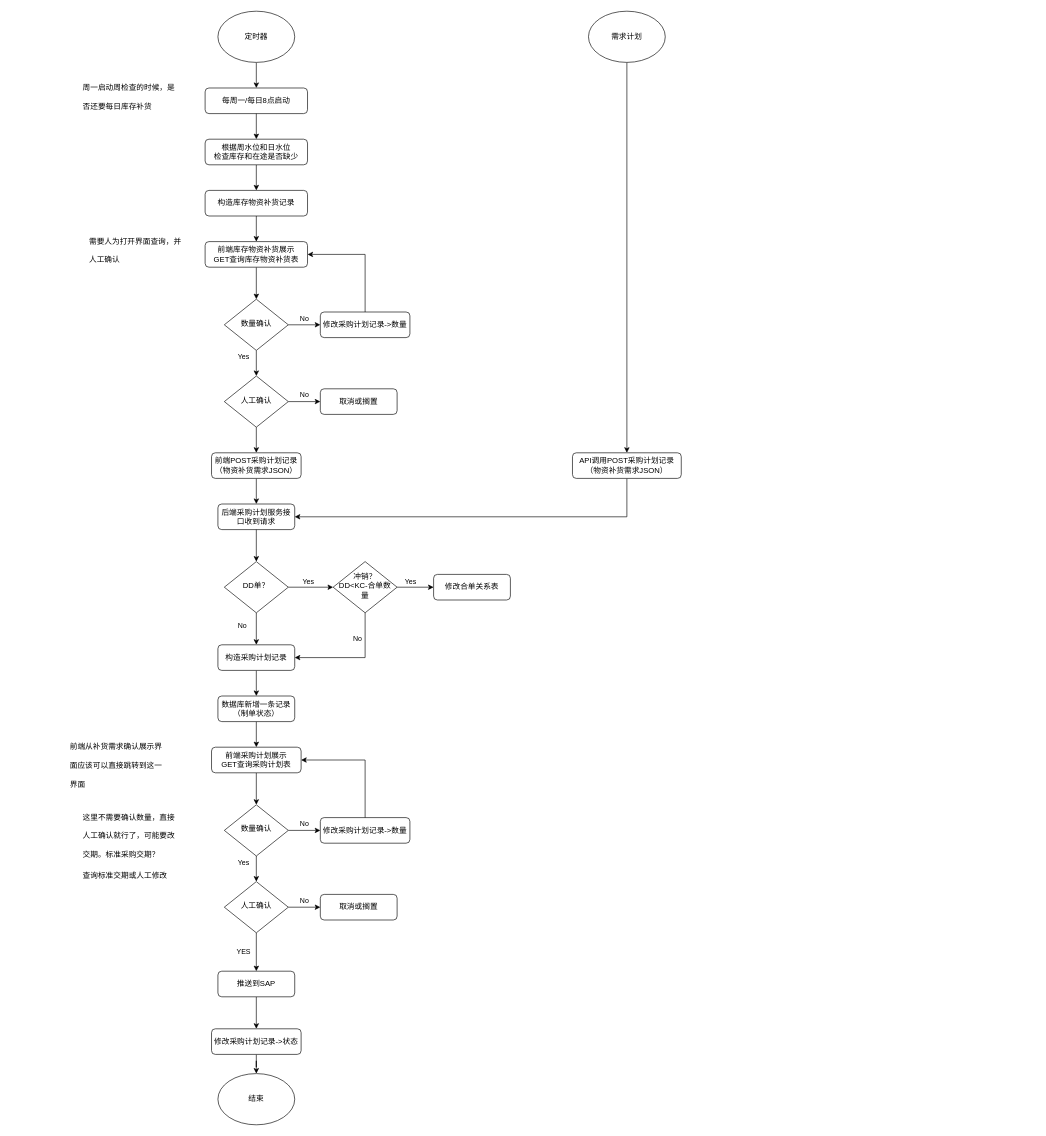
The draw.io diagram APS.drawio in CongMinYin/flow, before the edit. Source tidied: cells renumbered, new cells numbered last; positions are measured from the earlier drawing's top-left corner, leaving out a move shared by most shapes. Both pictures are drawn from the tidied source at 64%, with x=0, y=0 at pixel (68, 11).
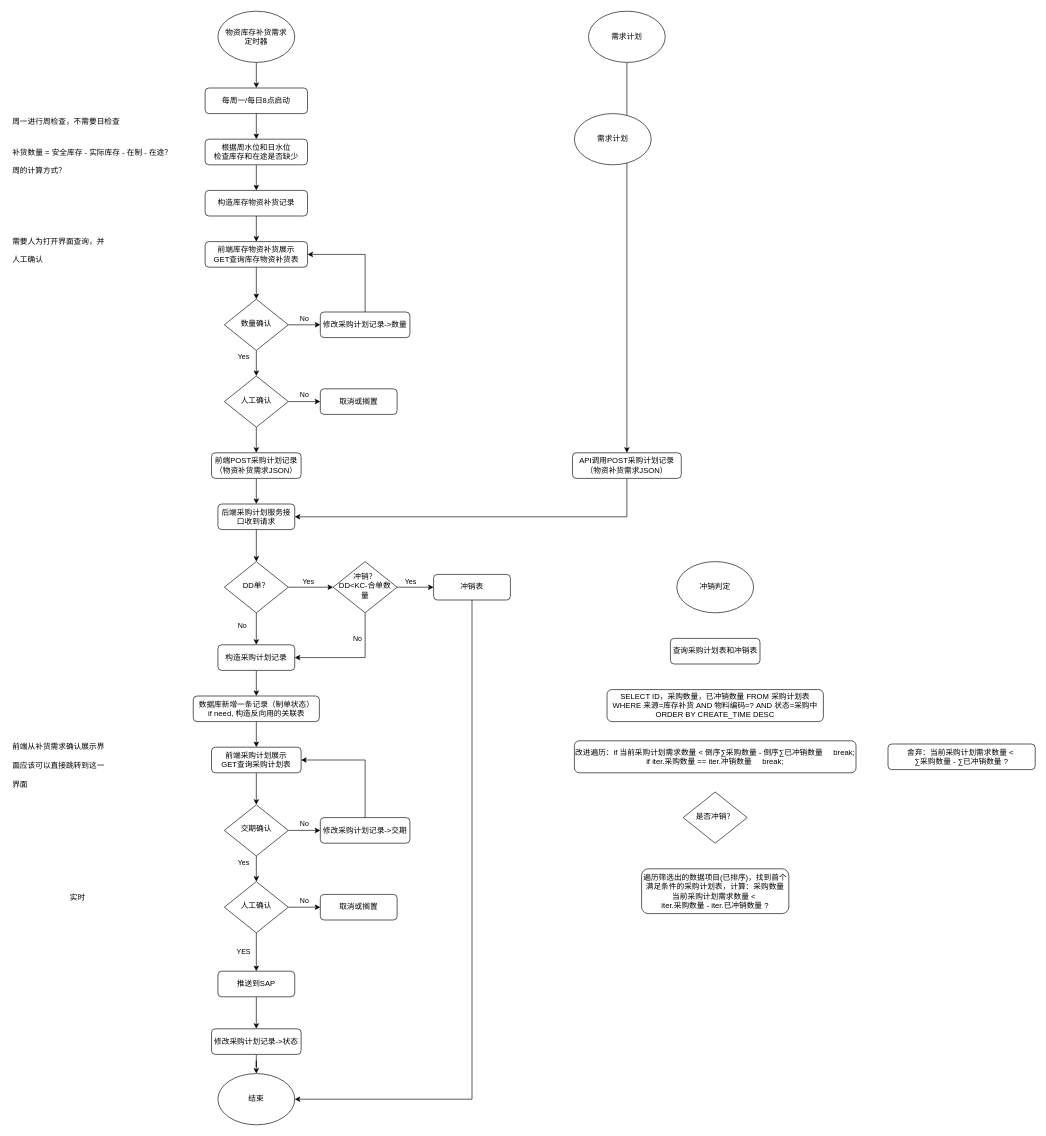
The same page after the edit.

The change refers to these unchanged cells:
```xml
<mxCell id="17" value="结束" style="ellipse;whiteSpace=wrap;html=1;" parent="1" vertex="1">
  <mxGeometry x="233" y="1660" width="120" height="80" as="geometry" />
</mxCell>
```

Diff of the diagram source:
```diff
@@
-    <mxCell id="6" value="数量确认" style="rhombus;whiteSpace=wrap;html=1;shadow=0;fontFamily=Helvetica;fontSize=12;align=center;strokeWidth=1;spacing=6;spacingTop=-4;" parent="1" vertex="1">
+    <mxCell id="6" value="交期确认" style="rhombus;whiteSpace=wrap;html=1;shadow=0;fontFamily=Helvetica;fontSize=12;align=center;strokeWidth=1;spacing=6;spacingTop=-4;" parent="1" vertex="1">
       <mxGeometry x="243" y="1240" width="100" height="80" as="geometry" />
     </mxCell>
-    <mxCell id="7" value="修改采购计划记录-&amp;gt;数量" style="rounded=1;whiteSpace=wrap;html=1;fontSize=12;glass=0;strokeWidth=1;shadow=0;" parent="1" vertex="1">
+    <mxCell id="7" value="修改采购计划记录-&amp;gt;交期" style="rounded=1;whiteSpace=wrap;html=1;fontSize=12;glass=0;strokeWidth=1;shadow=0;" parent="1" vertex="1">
       <mxGeometry x="393" y="1260" width="140" height="40" as="geometry" />
     </mxCell>
@@
-    <mxCell id="19" value="数据库新增一条记录（制单状态）" style="rounded=1;whiteSpace=wrap;html=1;fontSize=12;glass=0;strokeWidth=1;shadow=0;" parent="1" vertex="1">
-      <mxGeometry x="233" y="1070" width="120" height="40" as="geometry" />
+    <mxCell id="19" value="数据库新增一条记录（制单状态）&lt;div&gt;if need, 构造反向用的关联表&lt;/div&gt;" style="rounded=1;whiteSpace=wrap;html=1;fontSize=12;glass=0;strokeWidth=1;shadow=0;" parent="1" vertex="1">
+      <mxGeometry x="194.5" y="1070" width="197" height="40" as="geometry" />
     </mxCell>
@@
     <mxCell id="38" value="&lt;h1 style=&quot;margin-top: 0px;&quot;&gt;&lt;span style=&quot;background-color: transparent; color: light-dark(rgb(0, 0, 0), rgb(255, 255, 255)); font-size: 12px; font-weight: normal;&quot;&gt;前端从补货需求确认展示界面应该可以直接跳转到这一界面&lt;/span&gt;&lt;/h1&gt;" style="text;html=1;whiteSpace=wrap;overflow=hidden;rounded=0;" parent="1" vertex="1">
-      <mxGeometry y="1125" width="150" height="90" as="geometry" />
+      <mxGeometry x="-90" y="1125" width="150" height="90" as="geometry" />
     </mxCell>
     <mxCell id="39" value="&lt;h1 style=&quot;margin-top: 0px;&quot;&gt;&lt;span style=&quot;background-color: transparent; color: light-dark(rgb(0, 0, 0), rgb(255, 255, 255)); font-size: 12px; font-weight: normal;&quot;&gt;需要人为打开界面查询，并人工确认&lt;/span&gt;&lt;/h1&gt;" style="text;html=1;whiteSpace=wrap;overflow=hidden;rounded=0;" parent="1" vertex="1">
-      <mxGeometry x="30" y="335" width="150" height="90" as="geometry" />
+      <mxGeometry x="-90" y="335" width="150" height="90" as="geometry" />
     </mxCell>
@@
-    <mxCell id="45" value="定时器" style="ellipse;whiteSpace=wrap;html=1;" parent="1" vertex="1">
+    <mxCell id="45" value="物资库存补货需求&lt;div&gt;定时器&lt;/div&gt;" style="ellipse;whiteSpace=wrap;html=1;" parent="1" vertex="1">
       <mxGeometry x="233" width="120" height="80" as="geometry" />
     </mxCell>
@@
-    <mxCell id="48" value="&lt;h1 style=&quot;margin-top: 0px;&quot;&gt;&lt;span style=&quot;background-color: transparent; color: light-dark(rgb(0, 0, 0), rgb(255, 255, 255)); font-size: 12px; font-weight: normal;&quot;&gt;周一启动周检查的时候，是否还要每日库存补货&lt;/span&gt;&lt;/h1&gt;" style="text;html=1;whiteSpace=wrap;overflow=hidden;rounded=0;" parent="1" vertex="1">
-      <mxGeometry x="20" y="95" width="150" height="90" as="geometry" />
+    <mxCell id="48" value="&lt;h1 style=&quot;margin-top: 0px;&quot;&gt;&lt;span style=&quot;background-color: transparent; color: light-dark(rgb(0, 0, 0), rgb(255, 255, 255)); font-size: 12px; font-weight: normal;&quot;&gt;周一进行周检查，不需要日检查&lt;/span&gt;&lt;/h1&gt;&lt;div&gt;&lt;span style=&quot;background-color: transparent; color: light-dark(rgb(0, 0, 0), rgb(255, 255, 255)); font-size: 12px; font-weight: normal;&quot;&gt;&lt;br&gt;&lt;/span&gt;&lt;/div&gt;&lt;div&gt;补货数量 = 安全库存 - 实际库存 - 在制 - 在途？&lt;span style=&quot;background-color: transparent; color: light-dark(rgb(0, 0, 0), rgb(255, 255, 255)); font-size: 12px; font-weight: normal;&quot;&gt;&lt;/span&gt;&lt;/div&gt;&lt;div&gt;&lt;br&gt;&lt;/div&gt;&lt;div&gt;周的计算方式？&lt;/div&gt;" style="text;html=1;whiteSpace=wrap;overflow=hidden;rounded=0;" parent="1" vertex="1">
+      <mxGeometry x="-90" y="147.5" width="270" height="122.5" as="geometry" />
     </mxCell>
@@
-    <mxCell id="62" value="修改合单关系表" style="rounded=1;whiteSpace=wrap;html=1;fontSize=12;glass=0;strokeWidth=1;shadow=0;" parent="1" vertex="1">
+    <mxCell id="62" value="冲销表" style="rounded=1;whiteSpace=wrap;html=1;fontSize=12;glass=0;strokeWidth=1;shadow=0;" parent="1" vertex="1">
       <mxGeometry x="570" y="880" width="120" height="40" as="geometry" />
     </mxCell>
-    <mxCell id="63" value="&lt;h1 style=&quot;margin-top: 0px;&quot;&gt;&lt;span style=&quot;font-size: 12px; font-weight: 400;&quot;&gt;这里不需要确认数量，直接人工确认就行了，可能要改交期。标准采购交期？&lt;/span&gt;&lt;/h1&gt;&lt;div&gt;查询标准交期或人工修改&lt;/div&gt;" style="text;html=1;whiteSpace=wrap;overflow=hidden;rounded=0;" parent="1" vertex="1">
-      <mxGeometry x="20" y="1235" width="150" height="165" as="geometry" />
-    </mxCell>
+    <mxCell id="64" value="&lt;h1 style=&quot;margin-top: 0px;&quot;&gt;&lt;span style=&quot;background-color: transparent; color: light-dark(rgb(0, 0, 0), rgb(255, 255, 255)); font-size: 12px; font-weight: normal;&quot;&gt;实时&lt;/span&gt;&lt;/h1&gt;" style="text;html=1;whiteSpace=wrap;overflow=hidden;rounded=0;" parent="1" vertex="1">
+      <mxGeometry y="1360" width="140" height="115" as="geometry" />
+    </mxCell>
+    <mxCell id="65" style="edgeStyle=orthogonalEdgeStyle;rounded=0;jettySize=auto;html=1;exitX=0.5;exitY=1;exitDx=0;exitDy=0;entryX=1;entryY=0.5;entryDx=0;entryDy=0;" parent="1" edge="1" source="62" target="17">
+      <mxGeometry relative="1" as="geometry" />
+    </mxCell>
+    <mxCell id="66" value="需求计划" style="ellipse;whiteSpace=wrap;html=1;" parent="1" vertex="1">
+      <mxGeometry x="790" y="160" width="120" height="80" as="geometry" />
+    </mxCell>
+    <mxCell id="67" value="冲销判定" style="ellipse;whiteSpace=wrap;html=1;" parent="1" vertex="1">
+      <mxGeometry x="950" y="860" width="120" height="80" as="geometry" />
+    </mxCell>
+    <mxCell id="68" value="查询采购计划表和冲销表" style="rounded=1;whiteSpace=wrap;html=1;fontSize=12;glass=0;strokeWidth=1;shadow=0;" parent="1" vertex="1">
+      <mxGeometry x="940" y="980" width="140" height="40" as="geometry" />
+    </mxCell>
+    <mxCell id="69" value="&lt;article class=&quot;4ever-article&quot;&gt;&lt;span&gt;SELECT ID，采购数量，已冲销数量 FROM 采购计划表&lt;/span&gt;&lt;/article&gt;&lt;article class=&quot;4ever-article&quot;&gt;&lt;span&gt;WHERE 来源=库存补货 AND 物料编码=? AND 状态=采购中&lt;/span&gt;&lt;/article&gt;&lt;article class=&quot;4ever-article&quot;&gt;&lt;span&gt;ORDER BY CREATE_TIME DESC&lt;/span&gt;&lt;/article&gt;" style="rounded=1;whiteSpace=wrap;html=1;fontSize=12;glass=0;strokeWidth=1;shadow=0;" parent="1" vertex="1">
+      <mxGeometry x="841" y="1060" width="338" height="50" as="geometry" />
+    </mxCell>
+    <mxCell id="70" value="&lt;article class=&quot;4ever-article&quot;&gt;&lt;span&gt;改进遍历：if 当前采购计划需求数量 &amp;lt;&amp;nbsp;&lt;/span&gt;&lt;span style=&quot;background-color: transparent; color: light-dark(rgb(0, 0, 0), rgb(255, 255, 255));&quot;&gt;倒序∑采购数量 - 倒序&lt;/span&gt;&lt;span style=&quot;background-color: transparent; color: light-dark(rgb(0, 0, 0), rgb(255, 255, 255));&quot;&gt;∑已冲销数量&amp;nbsp; &amp;nbsp; &amp;nbsp;break;&lt;/span&gt;&lt;/article&gt;&lt;article class=&quot;4ever-article&quot;&gt;&lt;span style=&quot;background-color: transparent; color: light-dark(rgb(0, 0, 0), rgb(255, 255, 255));&quot;&gt;if iter.采购数量 == iter.冲销数量&amp;nbsp; &amp;nbsp; &amp;nbsp;&lt;/span&gt;&lt;span style=&quot;background-color: transparent; color: light-dark(rgb(0, 0, 0), rgb(255, 255, 255));&quot;&gt;break;&lt;/span&gt;&lt;/article&gt;" style="rounded=1;whiteSpace=wrap;html=1;fontSize=12;glass=0;strokeWidth=1;shadow=0;" parent="1" vertex="1">
+      <mxGeometry x="790" y="1140" width="440" height="50" as="geometry" />
+    </mxCell>
+    <mxCell id="71" value="&lt;article class=&quot;4ever-article&quot;&gt;遍历筛选出的数据项目(已排序)，找到首个满足条件的采购计划表，计算：采购数量&lt;/article&gt;&lt;article class=&quot;4ever-article&quot;&gt;&lt;article class=&quot;4ever-article&quot;&gt;&lt;span&gt;当前采购计划需求数量 &amp;lt;&amp;nbsp;&lt;/span&gt;&lt;/article&gt;&lt;article class=&quot;4ever-article&quot;&gt;&lt;span&gt;iter.采购数量 - iter.&lt;/span&gt;&lt;span style=&quot;background-color: transparent; color: light-dark(rgb(0, 0, 0), rgb(255, 255, 255));&quot;&gt;已冲销数量 ?&lt;/span&gt;&lt;/article&gt;&lt;/article&gt;" style="rounded=1;whiteSpace=wrap;html=1;fontSize=12;glass=0;strokeWidth=1;shadow=0;" parent="1" vertex="1">
+      <mxGeometry x="895" y="1340" width="230" height="70" as="geometry" />
+    </mxCell>
+    <mxCell id="72" value="是否冲销？" style="rhombus;whiteSpace=wrap;html=1;shadow=0;fontFamily=Helvetica;fontSize=12;align=center;strokeWidth=1;spacing=6;spacingTop=-4;" parent="1" vertex="1">
+      <mxGeometry x="960" y="1220" width="100" height="80" as="geometry" />
+    </mxCell>
+    <mxCell id="73" value="&lt;article class=&quot;4ever-article&quot;&gt;&lt;span&gt;舍弃：当前采购计划需求数量 &amp;lt;&amp;nbsp;&lt;/span&gt;&lt;/article&gt;&lt;article class=&quot;4ever-article&quot;&gt;&lt;span&gt;∑采购数量 -&amp;nbsp;&lt;/span&gt;&lt;span style=&quot;background-color: transparent; color: light-dark(rgb(0, 0, 0), rgb(255, 255, 255));&quot;&gt;∑已冲销数量 ?&lt;/span&gt;&lt;/article&gt;" style="rounded=1;whiteSpace=wrap;html=1;fontSize=12;glass=0;strokeWidth=1;shadow=0;" parent="1" vertex="1">
+      <mxGeometry x="1280" y="1145" width="230" height="40" as="geometry" />
+    </mxCell>
```
